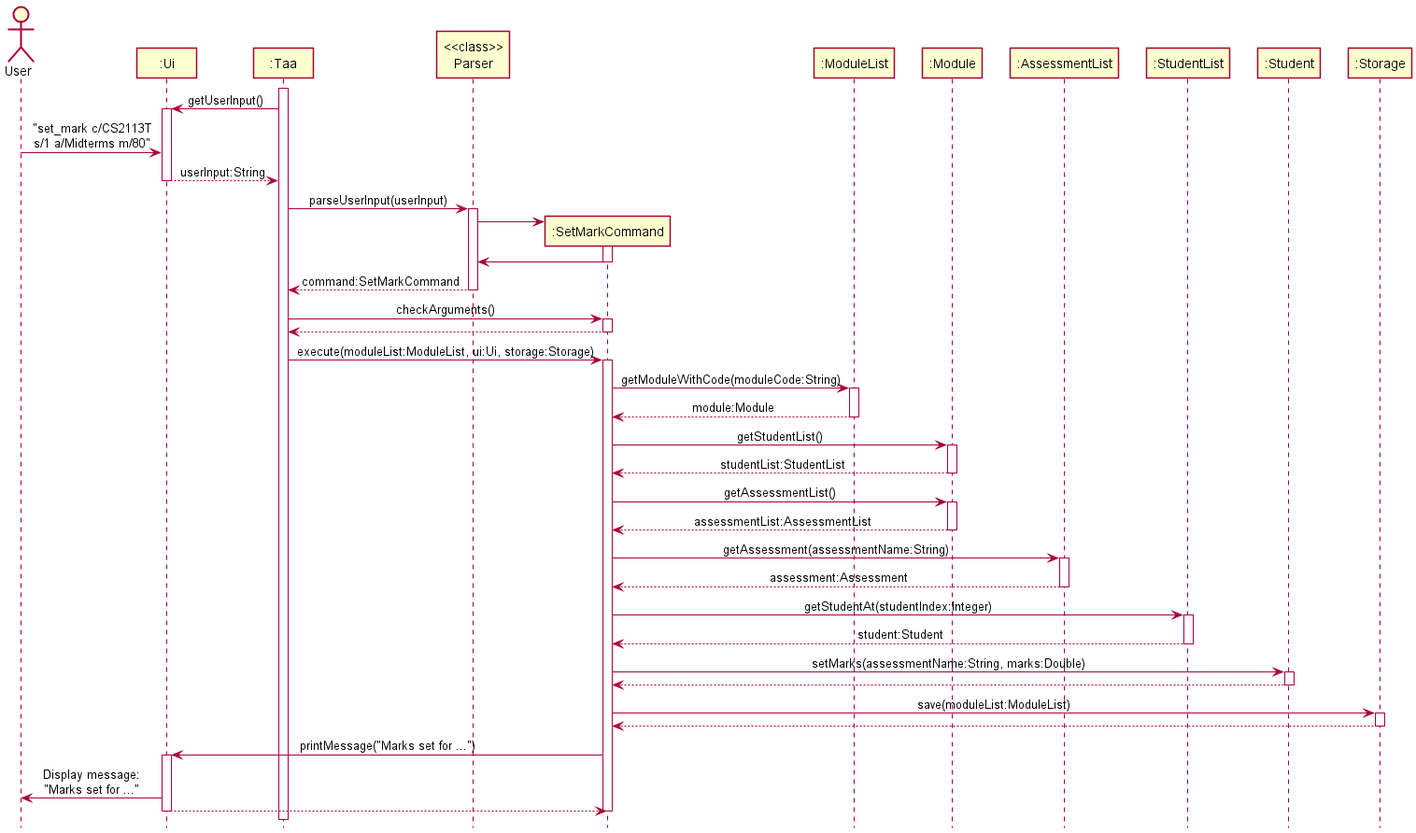
This is docs/diagrams/SetMarkSequenceDiagram.png from nus-cs2113-AY2122S1/tp, a PlantUML export, as it was before one commit. Source of this version:
```plantuml
@startuml
!include style.puml

Actor User as user
Participant ":Ui" as ui
Participant ":Taa" as taa
Participant "<<class>>\nParser" as parser
Participant ":SetMarkCommand" as setMarkCommand
Participant ":ModuleList" as moduleList
Participant ":Module" as module
Participant ":AssessmentList" as assessmentList
Participant ":StudentList" as studentList
Participant ":Student" as student
Participant ":Storage" as storage

activate taa

taa -> ui : getUserInput()
activate ui

user -> ui : "set_mark c/CS2113T\ns/1 a/Midterms m/80"
ui --> taa : userInput:String
deactivate ui

taa -> parser : parseUserInput(userInput)
activate parser

create setMarkCommand
parser -> setMarkCommand
activate setMarkCommand
setMarkCommand -> parser
deactivate setMarkCommand

parser --> taa : command:SetMarkCommand
deactivate parser

taa -> setMarkCommand : checkArguments()
activate setMarkCommand

setMarkCommand --> taa
deactivate setMarkCommand

taa -> setMarkCommand : execute(moduleList:ModuleList, ui:Ui, storage:Storage)
activate setMarkCommand

setMarkCommand -> moduleList : getModuleWithCode(moduleCode:String)
activate moduleList
moduleList --> setMarkCommand : module:Module
deactivate moduleList

setMarkCommand -> module : getStudentList()
activate module
module --> setMarkCommand : studentList:StudentList
deactivate module

setMarkCommand -> module : getAssessmentList()
activate module
module --> setMarkCommand : assessmentList:AssessmentList
deactivate module

setMarkCommand -> assessmentList : getAssessment(assessmentName:String)
activate assessmentList
assessmentList --> setMarkCommand : assessment:Assessment
deactivate assessmentList

setMarkCommand -> studentList : getStudentAt(studentIndex:Integer)
activate studentList
studentList --> setMarkCommand : student:Student
deactivate studentList

setMarkCommand -> student : setMarks(assessmentName:String, marks:Double)
activate student
student --> setMarkCommand
deactivate student

setMarkCommand -> storage : save(moduleList:ModuleList)
activate storage
storage --> setMarkCommand
deactivate storage

setMarkCommand -> ui : printMessage("Marks set for ...")
activate ui
ui -> user : Display message:\n"Marks set for ..."
ui --> setMarkCommand
deactivate ui

deactivate setMarkCommand

@enduml
```
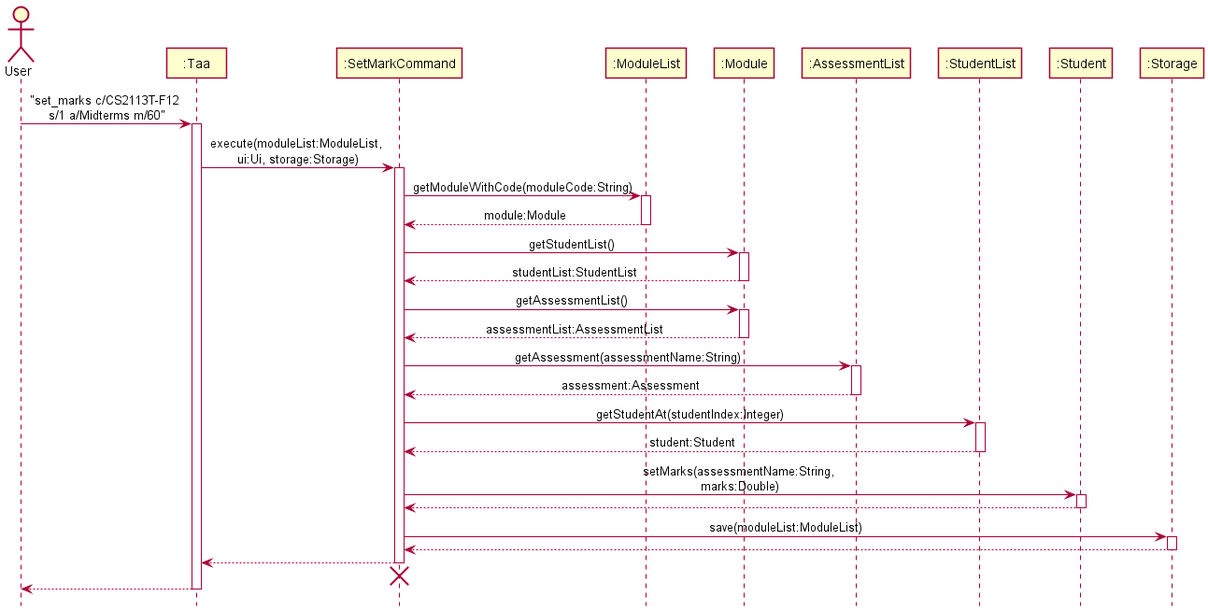
Above is the later version.

Commit message:
edit sequence diagram and add author

What changed in the source:
```diff
@@ -2,9 +2,7 @@
 !include style.puml
 
 Actor User as user
-Participant ":Ui" as ui
 Participant ":Taa" as taa
-Participant "<<class>>\nParser" as parser
 Participant ":SetMarkCommand" as setMarkCommand
 Participant ":ModuleList" as moduleList
 Participant ":Module" as module
@@ -13,34 +11,10 @@
 Participant ":Student" as student
 Participant ":Storage" as storage
 
+user -> taa : "set_marks c/CS2113T-F12 \ns/1 a/Midterms m/60"
 activate taa
 
-taa -> ui : getUserInput()
-activate ui
-
-user -> ui : "set_mark c/CS2113T\ns/1 a/Midterms m/80"
-ui --> taa : userInput:String
-deactivate ui
-
-taa -> parser : parseUserInput(userInput)
-activate parser
-
-create setMarkCommand
-parser -> setMarkCommand
-activate setMarkCommand
-setMarkCommand -> parser
-deactivate setMarkCommand
-
-parser --> taa : command:SetMarkCommand
-deactivate parser
-
-taa -> setMarkCommand : checkArguments()
-activate setMarkCommand
-
-setMarkCommand --> taa
-deactivate setMarkCommand
-
-taa -> setMarkCommand : execute(moduleList:ModuleList, ui:Ui, storage:Storage)
+taa -> setMarkCommand : execute(moduleList:ModuleList, \nui:Ui, storage:Storage)
 activate setMarkCommand
 
 setMarkCommand -> moduleList : getModuleWithCode(moduleCode:String)
@@ -68,7 +42,7 @@
 studentList --> setMarkCommand : student:Student
 deactivate studentList
 
-setMarkCommand -> student : setMarks(assessmentName:String, marks:Double)
+setMarkCommand -> student : setMarks(assessmentName:String, \nmarks:Double)
 activate student
 student --> setMarkCommand
 deactivate student
@@ -78,12 +52,12 @@
 storage --> setMarkCommand
 deactivate storage
 
-setMarkCommand -> ui : printMessage("Marks set for ...")
-activate ui
-ui -> user : Display message:\n"Marks set for ..."
-ui --> setMarkCommand
-deactivate ui
+setMarkCommand --> taa
+deactivate setMarkCommand
+taa -[hidden]-> setMarkCommand
+destroy setMarkCommand
 
-deactivate setMarkCommand
+taa --> user
+deactivate taa
 
 @enduml
```
